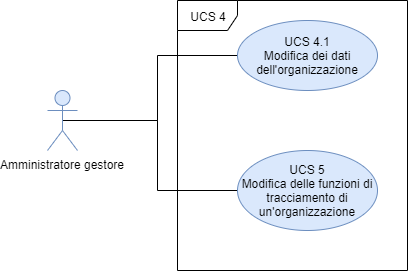
This is DocumentazioneEsterna/AnalisiDeiRequisiti/Sezioni/UseCase/Immagini/UCS4.png from qb-team/Stalker-Documentazione, a draw.io export, as it was before one commit. Source tidied: cells renumbered, new cells last; positions are measured from the earlier drawing's top-left corner, leaving out a move shared by most shapes.
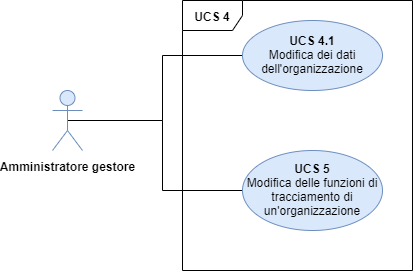
After the commit.

The edit, as a diff of the source:
```diff
@@ -8,16 +8,16 @@
     <mxCell id="3" style="edgeStyle=orthogonalEdgeStyle;rounded=0;jettySize=auto;html=1;entryX=0;entryY=0.5;entryDx=0;entryDy=0;exitX=0.5;exitY=0.5;exitDx=0;exitDy=0;exitPerimeter=0;endArrow=none;endFill=0;" parent="1" edge="1" source="4" target="7">
       <mxGeometry relative="1" as="geometry" />
     </mxCell>
-    <mxCell id="4" value="Amministratore gestore" style="shape=umlActor;verticalLabelPosition=bottom;labelBackgroundColor=#ffffff;verticalAlign=top;html=1;outlineConnect=0;fillColor=#dae8fc;strokeColor=#6c8ebf;" parent="1" vertex="1">
+    <mxCell id="4" value="&lt;b&gt;Amministratore gestore&lt;/b&gt;" style="shape=umlActor;verticalLabelPosition=bottom;labelBackgroundColor=#ffffff;verticalAlign=top;html=1;outlineConnect=0;fillColor=#dae8fc;strokeColor=#6c8ebf;" parent="1" vertex="1">
       <mxGeometry y="90" width="30" height="60" as="geometry" />
     </mxCell>
-    <mxCell id="5" value="UCS 4" style="shape=umlFrame;whiteSpace=wrap;html=1;" parent="1" vertex="1">
+    <mxCell id="5" value="&lt;b&gt;UCS 4&lt;/b&gt;" style="shape=umlFrame;whiteSpace=wrap;html=1;" parent="1" vertex="1">
       <mxGeometry x="130" width="230" height="270" as="geometry" />
     </mxCell>
-    <mxCell id="6" value="UCS 4.1&lt;br&gt;Modifica dei dati dell'organizzazione" style="ellipse;whiteSpace=wrap;html=1;fillColor=#dae8fc;strokeColor=#6c8ebf;" parent="1" vertex="1">
+    <mxCell id="6" value="&lt;b&gt;UCS 4.1&lt;/b&gt;&lt;br&gt;Modifica dei dati dell'organizzazione" style="ellipse;whiteSpace=wrap;html=1;fillColor=#dae8fc;strokeColor=#6c8ebf;" parent="1" vertex="1">
       <mxGeometry x="190" y="20" width="140" height="70" as="geometry" />
     </mxCell>
-    <mxCell id="7" value="UCS 5&lt;br&gt;Modifica delle funzioni di tracciamento di un'organizzazione" style="ellipse;whiteSpace=wrap;html=1;fillColor=#dae8fc;strokeColor=#6c8ebf;" parent="1" vertex="1">
+    <mxCell id="7" value="&lt;b&gt;UCS 5&lt;/b&gt;&lt;br&gt;Modifica delle funzioni di tracciamento di un'organizzazione" style="ellipse;whiteSpace=wrap;html=1;fillColor=#dae8fc;strokeColor=#6c8ebf;" parent="1" vertex="1">
       <mxGeometry x="190" y="150" width="140" height="80" as="geometry" />
     </mxCell>
   </root>
```
